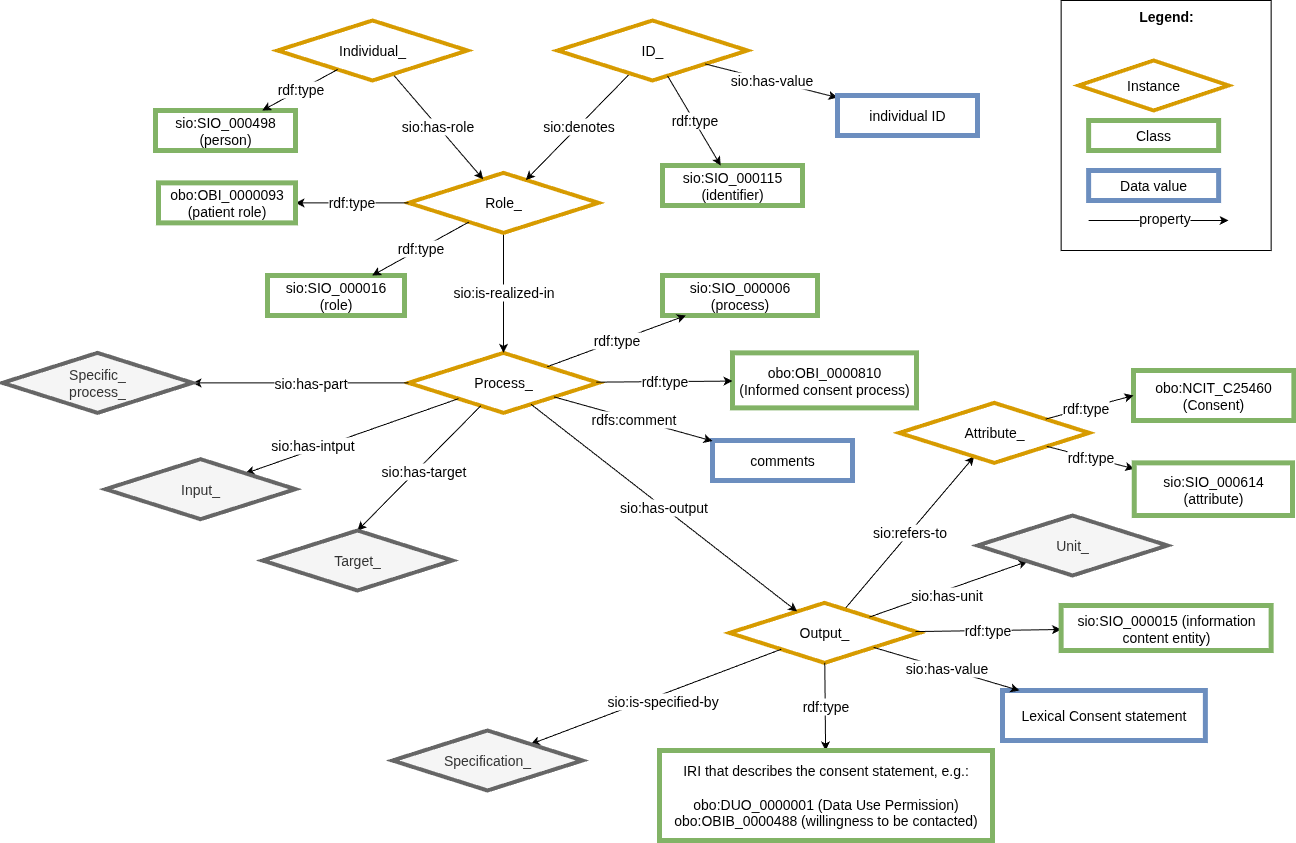
The draw.io diagram images/CARE-SM-Consent.drawio.png in CARE-SM/CARE-Semantic-Model, before a commit. Source tidied: cells renumbered, new cells last; positions are measured from the earlier drawing's top-left corner, leaving out a move shared by most shapes.
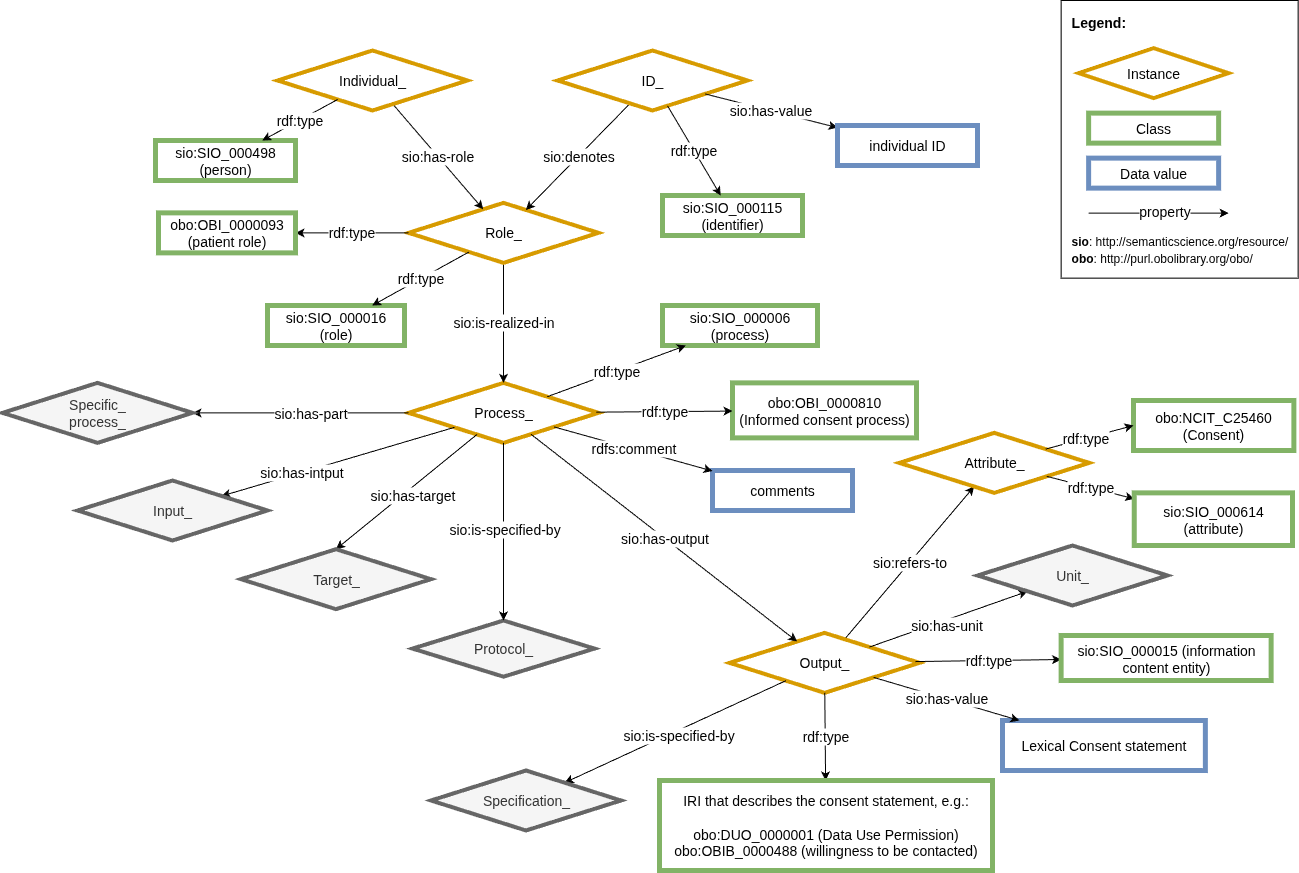
Above is the later version.

Diff of the diagram source:
```diff
@@ -73,10 +73,10 @@
       </mxGeometry>
     </mxCell>
     <mxCell id="24" value="Specification_" style="rhombus;whiteSpace=wrap;html=1;fillColor=#f5f5f5;strokeColor=#666666;perimeter=rhombusPerimeter;arcSize=20;comic=0;enumerate=0;strokeWidth=4;rounded=0;fontSize=14;fontColor=#333333;" parent="1" vertex="1">
-      <mxGeometry x="390" y="730" width="190" height="60" as="geometry" />
+      <mxGeometry x="428.5" y="740" width="190" height="60" as="geometry" />
     </mxCell>
     <mxCell id="25" value="Input_" style="rhombus;whiteSpace=wrap;html=1;fillColor=#f5f5f5;strokeColor=#666666;perimeter=rhombusPerimeter;arcSize=20;comic=0;enumerate=0;strokeWidth=4;rounded=0;fontSize=14;fontColor=#333333;" parent="1" vertex="1">
-      <mxGeometry x="103" y="458.7" width="190" height="60" as="geometry" />
+      <mxGeometry x="75" y="450" width="190" height="60" as="geometry" />
     </mxCell>
     <mxCell id="26" style="edgeStyle=none;rounded=0;jettySize=auto;html=1;fontSize=14;" parent="1" edge="1" source="3" target="28">
       <mxGeometry relative="1" as="geometry" />
@@ -89,24 +89,6 @@
     <mxCell id="28" value="Unit_" style="rhombus;whiteSpace=wrap;html=1;fillColor=#f5f5f5;strokeColor=#666666;perimeter=rhombusPerimeter;arcSize=20;comic=0;enumerate=0;strokeWidth=4;rounded=0;fontSize=14;fontColor=#333333;" parent="1" vertex="1">
       <mxGeometry x="975" y="515" width="190" height="60" as="geometry" />
     </mxCell>
-    <mxCell id="29" value="&lt;div style=&quot;text-align: left; font-size: 14px;&quot;&gt;&lt;span style=&quot;background-color: initial; font-size: 14px;&quot;&gt;&lt;b style=&quot;font-size: 14px;&quot;&gt;&lt;font style=&quot;font-size: 14px;&quot;&gt;Legend:&lt;/font&gt;&lt;/b&gt;&lt;/span&gt;&lt;/div&gt;&lt;div style=&quot;text-align: left; font-size: 14px;&quot;&gt;&lt;span style=&quot;background-color: initial; font-size: 14px;&quot;&gt;&lt;br style=&quot;font-size: 14px;&quot;&gt;&lt;/span&gt;&lt;/div&gt;&lt;div style=&quot;text-align: left; font-size: 14px;&quot;&gt;&lt;span style=&quot;background-color: initial; font-size: 14px;&quot;&gt;&lt;br style=&quot;font-size: 14px;&quot;&gt;&lt;/span&gt;&lt;/div&gt;&lt;div style=&quot;text-align: left; font-size: 14px;&quot;&gt;&lt;span style=&quot;background-color: initial; font-size: 14px;&quot;&gt;&lt;br style=&quot;font-size: 14px;&quot;&gt;&lt;/span&gt;&lt;/div&gt;&lt;div style=&quot;text-align: left; font-size: 14px;&quot;&gt;&lt;br style=&quot;font-size: 14px;&quot;&gt;&lt;/div&gt;&lt;div style=&quot;text-align: left; font-size: 14px;&quot;&gt;&lt;br style=&quot;font-size: 14px;&quot;&gt;&lt;/div&gt;&lt;div style=&quot;text-align: left; font-size: 14px;&quot;&gt;&lt;br style=&quot;font-size: 14px;&quot;&gt;&lt;/div&gt;&lt;div style=&quot;text-align: left; font-size: 14px;&quot;&gt;&lt;br style=&quot;font-size: 14px;&quot;&gt;&lt;/div&gt;&lt;div style=&quot;text-align: left; font-size: 14px;&quot;&gt;&lt;br style=&quot;font-size: 14px;&quot;&gt;&lt;/div&gt;&lt;div style=&quot;text-align: left; font-size: 14px;&quot;&gt;&lt;span style=&quot;background-color: initial; font-size: 14px;&quot;&gt;&lt;br style=&quot;font-size: 14px;&quot;&gt;&lt;/span&gt;&lt;/div&gt;&lt;div style=&quot;text-align: left; font-size: 14px;&quot;&gt;&lt;span style=&quot;background-color: initial; font-size: 14px;&quot;&gt;&lt;br style=&quot;font-size: 14px;&quot;&gt;&lt;/span&gt;&lt;/div&gt;&lt;div style=&quot;text-align: left; font-size: 14px;&quot;&gt;&lt;span style=&quot;background-color: initial; font-size: 14px;&quot;&gt;&lt;br style=&quot;font-size: 14px;&quot;&gt;&lt;/span&gt;&lt;/div&gt;&lt;div style=&quot;text-align: left; font-size: 14px;&quot;&gt;&lt;span style=&quot;background-color: initial; font-size: 14px;&quot;&gt;&lt;br style=&quot;font-size: 14px;&quot;&gt;&lt;/span&gt;&lt;/div&gt;&lt;div style=&quot;text-align: left; font-size: 14px;&quot;&gt;&lt;span style=&quot;background-color: initial; font-size: 14px;&quot;&gt;&lt;br style=&quot;font-size: 14px;&quot;&gt;&lt;/span&gt;&lt;/div&gt;" style="rounded=0;whiteSpace=wrap;html=1;fontSize=14;" parent="1" vertex="1">
-      <mxGeometry x="1058.6" width="210" height="250" as="geometry" />
-    </mxCell>
-    <mxCell id="30" value="Class" style="whiteSpace=wrap;html=1;fillColor=#FFFFFF;strokeColor=#82b366;strokeWidth=5;fontSize=14;" parent="1" vertex="1">
-      <mxGeometry x="1086.1" y="120" width="130" height="30" as="geometry" />
-    </mxCell>
-    <mxCell id="31" value="Instance" style="rhombus;whiteSpace=wrap;html=1;fillColor=#FFFFFF;strokeColor=#D79B00;rotation=0;perimeter=rhombusPerimeter;arcSize=20;comic=0;enumerate=0;strokeWidth=4;rounded=0;fontSize=14;" parent="1" vertex="1">
-      <mxGeometry x="1076.1" y="60" width="150" height="50" as="geometry" />
-    </mxCell>
-    <mxCell id="32" value="Data value" style="whiteSpace=wrap;html=1;fillColor=#FFFFFF;strokeColor=#6c8ebf;strokeWidth=5;fontSize=14;" parent="1" vertex="1">
-      <mxGeometry x="1086.1" y="170" width="130" height="30" as="geometry" />
-    </mxCell>
-    <mxCell id="33" value="property" style="rounded=0;orthogonalLoop=1;jettySize=auto;html=1;exitX=1;exitY=1;exitDx=0;exitDy=0;fontSize=14;" parent="1" edge="1">
-      <mxGeometry x="0.09" y="2" relative="1" as="geometry">
-        <mxPoint x="1086.1" y="220" as="sourcePoint" />
-        <mxPoint x="1226.1" y="220" as="targetPoint" />
-      </mxGeometry>
-    </mxCell>
     <mxCell id="34" value="rdf:type" style="edgeStyle=none;rounded=0;jettySize=auto;html=1;fontSize=14;" parent="1" edge="1" source="13" target="19">
       <mxGeometry relative="1" as="geometry" />
     </mxCell>
@@ -119,7 +101,7 @@
       </mxGeometry>
     </mxCell>
     <mxCell id="37" value="Target_" style="rhombus;whiteSpace=wrap;html=1;fillColor=#f5f5f5;strokeColor=#666666;perimeter=rhombusPerimeter;arcSize=20;comic=0;enumerate=0;strokeWidth=4;rounded=0;fontSize=14;fontColor=#333333;" parent="1" vertex="1">
-      <mxGeometry x="260" y="530" width="190" height="60" as="geometry" />
+      <mxGeometry x="238.5" y="518.7" width="190" height="60" as="geometry" />
     </mxCell>
     <mxCell id="38" value="sio:has-output" style="edgeStyle=none;rounded=0;jettySize=auto;html=1;fontSize=14;" parent="1" edge="1" source="4" target="3">
       <mxGeometry relative="1" as="geometry" />
@@ -186,5 +168,34 @@
     <mxCell id="58" value="sio:has-value" style="rounded=0;jettySize=auto;html=1;fontSize=14;" parent="1" edge="1" source="3" target="57">
       <mxGeometry relative="1" as="geometry" />
     </mxCell>
+    <mxCell id="59" value="Protocol_" style="rhombus;whiteSpace=wrap;html=1;fillColor=#f5f5f5;strokeColor=#666666;perimeter=rhombusPerimeter;arcSize=20;comic=0;enumerate=0;strokeWidth=4;rounded=0;fontSize=14;fontColor=#333333;" parent="1" vertex="1">
+      <mxGeometry x="410" y="590" width="182" height="56.2" as="geometry" />
+    </mxCell>
+    <mxCell id="60" style="edgeStyle=none;rounded=0;jettySize=auto;html=1;strokeWidth=1;fontSize=14;" parent="1" edge="1" source="4" target="59">
+      <mxGeometry relative="1" as="geometry" />
+    </mxCell>
+    <mxCell id="61" value="sio:is-specified-by" style="edgeLabel;html=1;align=center;verticalAlign=middle;fontSize=14;" parent="60" vertex="1">
+      <mxGeometry x="-0.21" y="-1" relative="1" as="geometry">
+        <mxPoint x="1" y="15" as="offset" />
+      </mxGeometry>
+    </mxCell>
+    <mxCell id="62" value="&lt;div style=&quot;text-align: left; font-size: 14px;&quot;&gt;&lt;span style=&quot;background-color: initial; font-size: 14px;&quot;&gt;&lt;b style=&quot;font-size: 14px;&quot;&gt;&lt;font style=&quot;font-size: 14px;&quot;&gt;Legend:&lt;/font&gt;&lt;/b&gt;&lt;/span&gt;&lt;/div&gt;&lt;div style=&quot;text-align: left; font-size: 14px;&quot;&gt;&lt;span style=&quot;background-color: initial; font-size: 14px;&quot;&gt;&lt;br style=&quot;font-size: 14px;&quot;&gt;&lt;/span&gt;&lt;/div&gt;&lt;div style=&quot;text-align: left; font-size: 14px;&quot;&gt;&lt;span style=&quot;background-color: initial; font-size: 14px;&quot;&gt;&lt;br style=&quot;font-size: 14px;&quot;&gt;&lt;/span&gt;&lt;/div&gt;&lt;div style=&quot;text-align: left; font-size: 14px;&quot;&gt;&lt;span style=&quot;background-color: initial; font-size: 14px;&quot;&gt;&lt;br style=&quot;font-size: 14px;&quot;&gt;&lt;/span&gt;&lt;/div&gt;&lt;div style=&quot;text-align: left; font-size: 14px;&quot;&gt;&lt;br style=&quot;font-size: 14px;&quot;&gt;&lt;/div&gt;&lt;div style=&quot;text-align: left; font-size: 14px;&quot;&gt;&lt;br style=&quot;font-size: 14px;&quot;&gt;&lt;/div&gt;&lt;div style=&quot;text-align: left; font-size: 14px;&quot;&gt;&lt;br style=&quot;font-size: 14px;&quot;&gt;&lt;/div&gt;&lt;div style=&quot;text-align: left; font-size: 14px;&quot;&gt;&lt;br style=&quot;font-size: 14px;&quot;&gt;&lt;/div&gt;&lt;div style=&quot;text-align: left; font-size: 14px;&quot;&gt;&lt;br style=&quot;font-size: 14px;&quot;&gt;&lt;/div&gt;&lt;div style=&quot;text-align: left; font-size: 14px;&quot;&gt;&lt;span style=&quot;background-color: initial; font-size: 14px;&quot;&gt;&lt;br style=&quot;font-size: 14px;&quot;&gt;&lt;/span&gt;&lt;/div&gt;&lt;div style=&quot;text-align: left; font-size: 14px;&quot;&gt;&lt;span style=&quot;background-color: initial; font-size: 14px;&quot;&gt;&lt;br style=&quot;font-size: 14px;&quot;&gt;&lt;/span&gt;&lt;/div&gt;&lt;div style=&quot;text-align: left; font-size: 14px;&quot;&gt;&lt;span style=&quot;background-color: initial; font-size: 14px;&quot;&gt;&lt;br style=&quot;font-size: 14px;&quot;&gt;&lt;/span&gt;&lt;/div&gt;&lt;div style=&quot;text-align: left; font-size: 14px;&quot;&gt;&lt;span style=&quot;background-color: initial; font-size: 14px;&quot;&gt;&lt;br style=&quot;font-size: 14px;&quot;&gt;&lt;/span&gt;&lt;/div&gt;&lt;div style=&quot;text-align: left; font-size: 14px;&quot;&gt;&lt;b style=&quot;background-color: transparent; color: light-dark(rgb(0, 0, 0), rgb(255, 255, 255)); font-size: 12px; text-align: center;&quot;&gt;sio&lt;/b&gt;&lt;span style=&quot;background-color: transparent; color: light-dark(rgb(0, 0, 0), rgb(255, 255, 255)); font-size: 12px; text-align: center;&quot;&gt;: http://semanticscience.org/resource/&lt;/span&gt;&lt;/div&gt;&lt;div style=&quot;text-align: left;&quot;&gt;&lt;span style=&quot;font-size: 12px; background-color: transparent; color: light-dark(rgb(0, 0, 0), rgb(255, 255, 255)); text-align: center;&quot;&gt;&lt;b&gt;obo&lt;/b&gt;:&amp;nbsp;&lt;/span&gt;&lt;span style=&quot;background-color: transparent; text-align: center; font-size: 12px;&quot;&gt;http://purl.obolibrary.org/obo/&lt;/span&gt;&lt;/div&gt;" style="rounded=0;whiteSpace=wrap;html=1;fontSize=14;" parent="1" vertex="1">
+      <mxGeometry x="1058.6" y="-30" width="237" height="277.6" as="geometry" />
+    </mxCell>
+    <mxCell id="30" value="Class" style="whiteSpace=wrap;html=1;fillColor=#FFFFFF;strokeColor=#82b366;strokeWidth=5;fontSize=14;" parent="1" vertex="1">
+      <mxGeometry x="1086.1" y="82.6" width="130" height="30" as="geometry" />
+    </mxCell>
+    <mxCell id="31" value="Instance" style="rhombus;whiteSpace=wrap;html=1;fillColor=#FFFFFF;strokeColor=#D79B00;rotation=0;perimeter=rhombusPerimeter;arcSize=20;comic=0;enumerate=0;strokeWidth=4;rounded=0;fontSize=14;" parent="1" vertex="1">
+      <mxGeometry x="1076.1" y="17.6" width="150" height="50" as="geometry" />
+    </mxCell>
+    <mxCell id="32" value="Data value" style="whiteSpace=wrap;html=1;fillColor=#FFFFFF;strokeColor=#6c8ebf;strokeWidth=5;fontSize=14;" parent="1" vertex="1">
+      <mxGeometry x="1086.1" y="127.6" width="130" height="30" as="geometry" />
+    </mxCell>
+    <mxCell id="33" value="property" style="rounded=0;orthogonalLoop=1;jettySize=auto;html=1;exitX=1;exitY=1;exitDx=0;exitDy=0;fontSize=14;" parent="1" edge="1">
+      <mxGeometry x="0.09" y="2" relative="1" as="geometry">
+        <mxPoint x="1086.1" y="182.6" as="sourcePoint" />
+        <mxPoint x="1226.1" y="182.6" as="targetPoint" />
+      </mxGeometry>
+    </mxCell>
   </root>
 </mxGraphModel>
```
